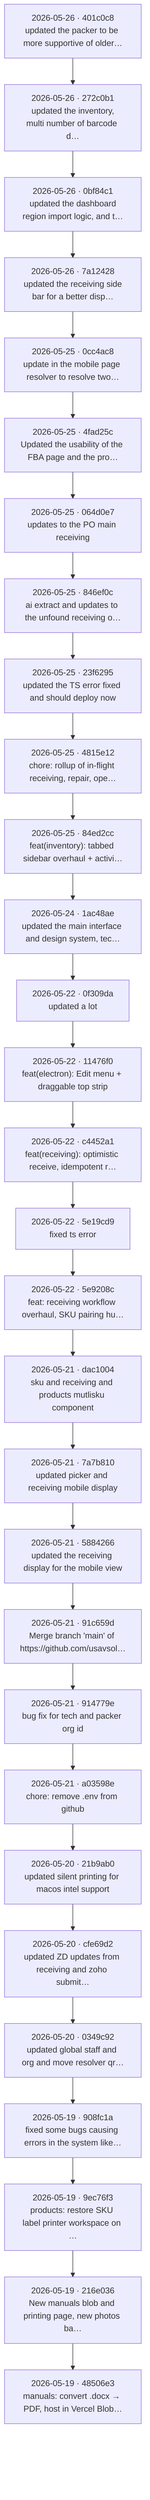
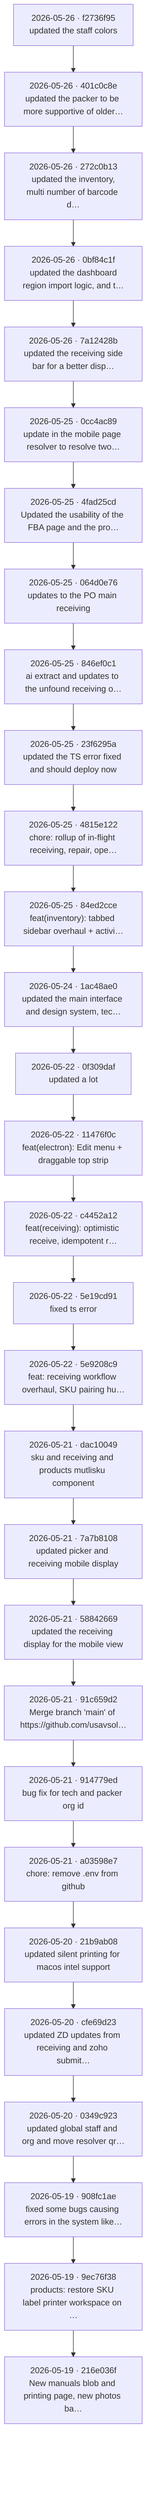
flowchart TB
-   c0["2026-05-26 · 401c0c8<br/>updated the packer to be more supportive of older…"]
-   c1["2026-05-26 · 272c0b1<br/> updated the inventory, multi number of barcode d…"]
+   c0["2026-05-26 · f2736f95<br/>updated the staff colors"]
+   c1["2026-05-26 · 401c0c8e<br/>updated the packer to be more supportive of older…"]
  c0 --> c1
-   c2["2026-05-26 · 0bf84c1<br/> updated the dashboard region import logic, and t…"]
+   c2["2026-05-26 · 272c0b13<br/> updated the inventory, multi number of barcode d…"]
  c1 --> c2
-   c3["2026-05-26 · 7a12428<br/> updated the receiving side bar for a better disp…"]
+   c3["2026-05-26 · 0bf84c1f<br/> updated the dashboard region import logic, and t…"]
  c2 --> c3
-   c4["2026-05-25 · 0cc4ac8<br/>update in the mobile page resolver to resolve two…"]
+   c4["2026-05-26 · 7a12428b<br/> updated the receiving side bar for a better disp…"]
  c3 --> c4
-   c5["2026-05-25 · 4fad25c<br/>Updated the usability of the FBA page and the pro…"]
+   c5["2026-05-25 · 0cc4ac89<br/>update in the mobile page resolver to resolve two…"]
  c4 --> c5
-   c6["2026-05-25 · 064d0e7<br/>updates to the PO main receiving"]
+   c6["2026-05-25 · 4fad25cd<br/>Updated the usability of the FBA page and the pro…"]
  c5 --> c6
-   c7["2026-05-25 · 846ef0c<br/>ai extract and updates to the unfound receiving o…"]
+   c7["2026-05-25 · 064d0e76<br/>updates to the PO main receiving"]
  c6 --> c7
-   c8["2026-05-25 · 23f6295<br/>updated the TS error fixed and should deploy now"]
+   c8["2026-05-25 · 846ef0c1<br/>ai extract and updates to the unfound receiving o…"]
  c7 --> c8
-   c9["2026-05-25 · 4815e12<br/>chore: rollup of in-flight receiving, repair, ope…"]
+   c9["2026-05-25 · 23f6295a<br/>updated the TS error fixed and should deploy now"]
  c8 --> c9
-   c10["2026-05-25 · 84ed2cc<br/>feat(inventory): tabbed sidebar overhaul + activi…"]
+   c10["2026-05-25 · 4815e122<br/>chore: rollup of in-flight receiving, repair, ope…"]
  c9 --> c10
-   c11["2026-05-24 · 1ac48ae<br/>updated the main interface and design system, tec…"]
+   c11["2026-05-25 · 84ed2cce<br/>feat(inventory): tabbed sidebar overhaul + activi…"]
  c10 --> c11
-   c12["2026-05-22 · 0f309da<br/>updated a lot"]
+   c12["2026-05-24 · 1ac48ae0<br/>updated the main interface and design system, tec…"]
  c11 --> c12
-   c13["2026-05-22 · 11476f0<br/>feat(electron): Edit menu + draggable top strip"]
+   c13["2026-05-22 · 0f309daf<br/>updated a lot"]
  c12 --> c13
-   c14["2026-05-22 · c4452a1<br/>feat(receiving): optimistic receive, idempotent r…"]
+   c14["2026-05-22 · 11476f0c<br/>feat(electron): Edit menu + draggable top strip"]
  c13 --> c14
-   c15["2026-05-22 · 5e19cd9<br/>fixed ts error"]
+   c15["2026-05-22 · c4452a12<br/>feat(receiving): optimistic receive, idempotent r…"]
  c14 --> c15
-   c16["2026-05-22 · 5e9208c<br/>feat: receiving workflow overhaul, SKU pairing hu…"]
+   c16["2026-05-22 · 5e19cd91<br/>fixed ts error"]
  c15 --> c16
-   c17["2026-05-21 · dac1004<br/>sku and receiving and products mutlisku component"]
+   c17["2026-05-22 · 5e9208c9<br/>feat: receiving workflow overhaul, SKU pairing hu…"]
  c16 --> c17
-   c18["2026-05-21 · 7a7b810<br/>updated picker and receiving mobile display"]
+   c18["2026-05-21 · dac10049<br/>sku and receiving and products mutlisku component"]
  c17 --> c18
-   c19["2026-05-21 · 5884266<br/>updated the receiving display for the mobile view"]
+   c19["2026-05-21 · 7a7b8108<br/>updated picker and receiving mobile display"]
  c18 --> c19
-   c20["2026-05-21 · 91c659d<br/>Merge branch 'main' of https://github.com/usavsol…"]
+   c20["2026-05-21 · 58842669<br/>updated the receiving display for the mobile view"]
  c19 --> c20
-   c21["2026-05-21 · 914779e<br/>bug fix for tech and packer org id"]
+   c21["2026-05-21 · 91c659d2<br/>Merge branch 'main' of https://github.com/usavsol…"]
  c20 --> c21
-   c22["2026-05-21 · a03598e<br/>chore: remove .env from github"]
+   c22["2026-05-21 · 914779ed<br/>bug fix for tech and packer org id"]
  c21 --> c22
-   c23["2026-05-20 · 21b9ab0<br/>updated silent printing for macos intel support"]
+   c23["2026-05-21 · a03598e7<br/>chore: remove .env from github"]
  c22 --> c23
-   c24["2026-05-20 · cfe69d2<br/>updated ZD updates from receiving and zoho submit…"]
+   c24["2026-05-20 · 21b9ab08<br/>updated silent printing for macos intel support"]
  c23 --> c24
-   c25["2026-05-20 · 0349c92<br/>updated global staff and org and move resolver qr…"]
+   c25["2026-05-20 · cfe69d23<br/>updated ZD updates from receiving and zoho submit…"]
  c24 --> c25
-   c26["2026-05-19 · 908fc1a<br/>fixed some bugs causing errors in the system like…"]
+   c26["2026-05-20 · 0349c923<br/>updated global staff and org and move resolver qr…"]
  c25 --> c26
-   c27["2026-05-19 · 9ec76f3<br/>products: restore SKU label printer workspace on …"]
+   c27["2026-05-19 · 908fc1ae<br/>fixed some bugs causing errors in the system like…"]
  c26 --> c27
-   c28["2026-05-19 · 216e036<br/>New manuals blob and printing page, new photos ba…"]
+   c28["2026-05-19 · 9ec76f38<br/>products: restore SKU label printer workspace on …"]
  c27 --> c28
-   c29["2026-05-19 · 48506e3<br/>manuals: convert .docx → PDF, host in Vercel Blob…"]
+   c29["2026-05-19 · 216e036f<br/>New manuals blob and printing page, new photos ba…"]
  c28 --> c29